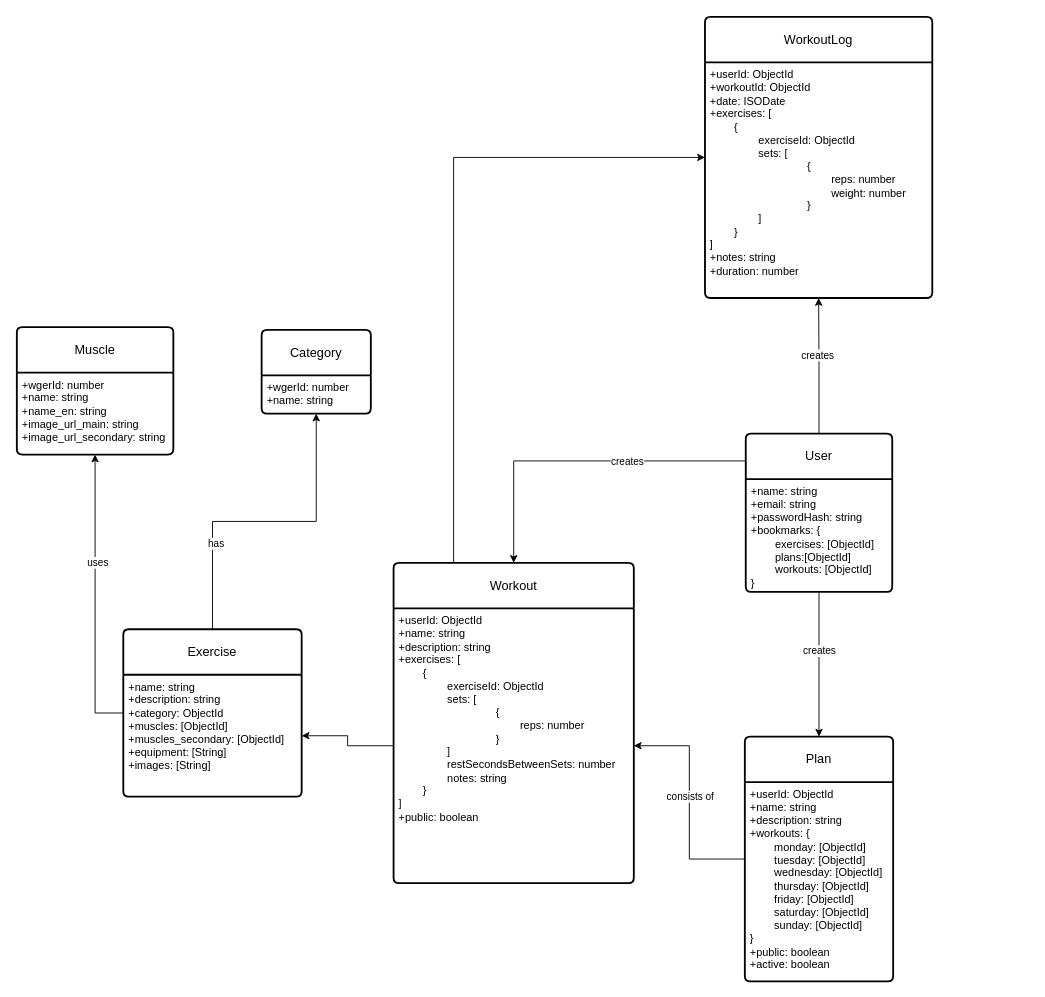
Above: WorkoutTracker.drawio in GitteV-2159432/BackendProjectAssignment (draw.io), before the change. Source tidied: cells renumbered, new cells numbered last; positions are measured from the earlier drawing's top-left corner, leaving out a move shared by most shapes. Both pictures are drawn from the tidied source at 91%, with x=0, y=0 at pixel (16, 16).
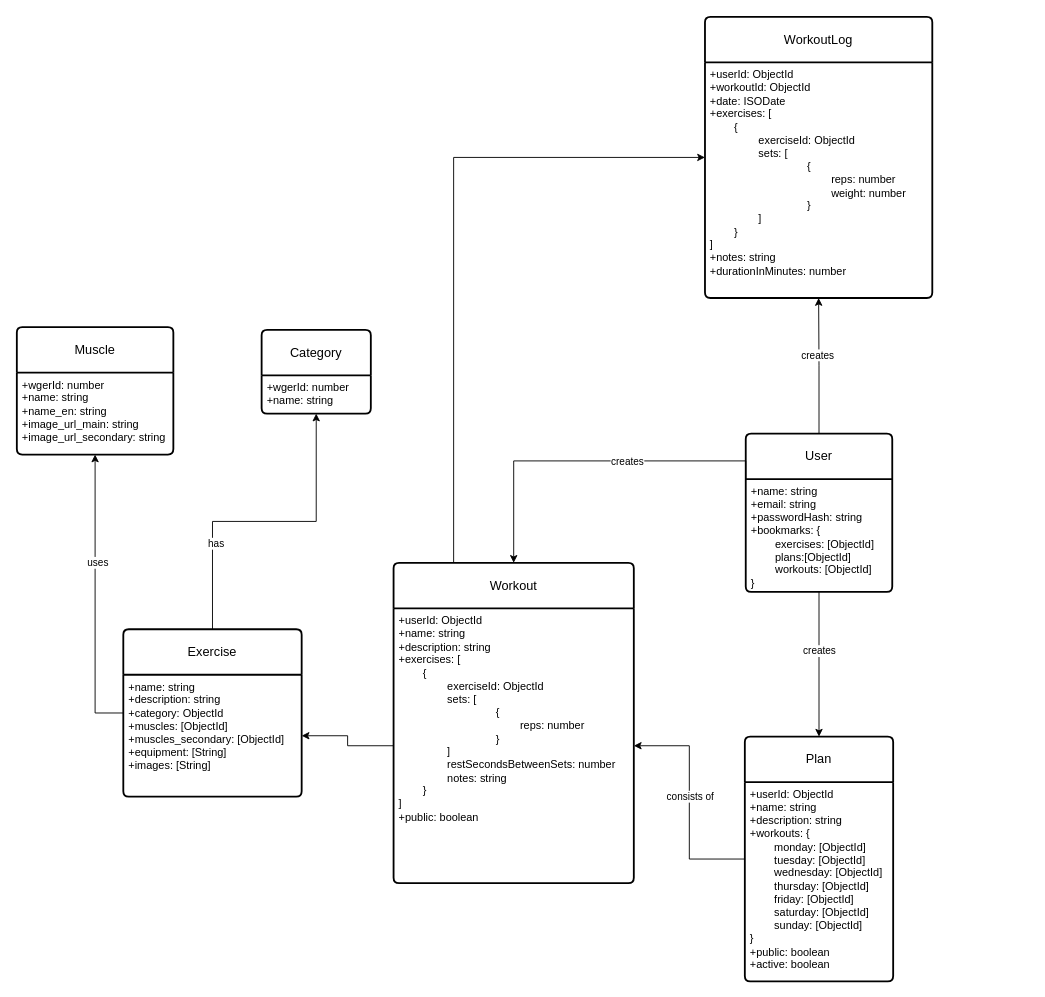
The same diagram, later.

Commit message (it also covers changes not shown here):
feat(update) - changes exercise route - changes diagram - changes seed and WorkoutLogSChema

The change refers to these unchanged cells:
```xml
<mxCell id="13" value="WorkoutLog" style="swimlane;horizontal=1;startSize=50;rounded=1;fontSize=14;fontStyle=0;strokeWidth=2;shadow=0;dashed=0;align=center;arcSize=4;whiteSpace=wrap;html=1;" parent="1" vertex="1">
  <mxGeometry x="756.2" width="249.8" height="309" as="geometry" />
</mxCell>
```

Diff of the diagram source:
```diff
@@
-    <mxCell id="14" value="+userId: ObjectId&lt;div&gt;+workoutId: ObjectId&lt;br&gt;+date: ISODate&lt;br&gt;+exercises: [&lt;div&gt;&lt;span style=&quot;white-space: pre;&quot;&gt;&#9;&lt;/span&gt;{&lt;/div&gt;&lt;div&gt;&lt;span style=&quot;white-space: pre;&quot;&gt;&#9;&lt;/span&gt;&lt;span style=&quot;white-space: pre;&quot;&gt;&#9;&lt;/span&gt;exerciseId: ObjectId&lt;br&gt;&lt;/div&gt;&lt;div&gt;&lt;span style=&quot;white-space: pre;&quot;&gt;&#9;&lt;/span&gt;&lt;span style=&quot;white-space: pre;&quot;&gt;&#9;&lt;/span&gt;sets: [&lt;br&gt;&lt;/div&gt;&lt;div&gt;&lt;span style=&quot;white-space: pre;&quot;&gt;&#9;&lt;/span&gt;&lt;span style=&quot;white-space: pre;&quot;&gt;&#9;&lt;span style=&quot;white-space: pre;&quot;&gt;&#9;&lt;span style=&quot;white-space: pre;&quot;&gt;&#9;&lt;/span&gt;&lt;/span&gt;{ &lt;/span&gt;&lt;/div&gt;&lt;div&gt;&lt;span style=&quot;white-space: pre;&quot;&gt;&#9;&lt;/span&gt;&lt;span style=&quot;white-space: pre;&quot;&gt;&#9;&lt;/span&gt;&lt;span style=&quot;white-space: pre;&quot;&gt;&#9;&lt;/span&gt;&lt;span style=&quot;white-space: pre;&quot;&gt;&#9;&lt;/span&gt;&lt;span style=&quot;white-space: pre;&quot;&gt;&#9;&lt;/span&gt;&lt;span style=&quot;white-space-collapse: preserve; background-color: transparent; color: light-dark(rgb(0, 0, 0), rgb(255, 255, 255));&quot;&gt;reps: number&lt;/span&gt;&lt;br&gt;&lt;/div&gt;&lt;div&gt;&lt;span style=&quot;white-space: pre;&quot;&gt;&lt;span style=&quot;white-space: pre;&quot;&gt;&#9;&lt;/span&gt;&lt;span style=&quot;white-space: pre;&quot;&gt;&#9;&lt;/span&gt;&lt;span style=&quot;white-space: pre;&quot;&gt;&#9;&lt;/span&gt;&lt;span style=&quot;white-space: pre;&quot;&gt;&#9;&lt;span style=&quot;white-space: pre;&quot;&gt;&#9;&lt;/span&gt;&lt;/span&gt;weight: number&lt;/span&gt;&lt;span style=&quot;white-space-collapse: preserve; background-color: transparent; color: light-dark(rgb(0, 0, 0), rgb(255, 255, 255));&quot;&gt;&#9;&lt;/span&gt;&lt;span style=&quot;white-space-collapse: preserve; background-color: transparent; color: light-dark(rgb(0, 0, 0), rgb(255, 255, 255));&quot;&gt;&#9;&lt;/span&gt;&lt;span style=&quot;white-space-collapse: preserve; background-color: transparent; color: light-dark(rgb(0, 0, 0), rgb(255, 255, 255));&quot;&gt;&#9;&lt;/span&gt;&lt;span style=&quot;white-space-collapse: preserve; background-color: transparent; color: light-dark(rgb(0, 0, 0), rgb(255, 255, 255));&quot;&gt;&#9;&lt;/span&gt;&lt;span style=&quot;white-space-collapse: preserve; background-color: transparent; color: light-dark(rgb(0, 0, 0), rgb(255, 255, 255));&quot;&gt;&#9;&lt;/span&gt;&lt;span style=&quot;white-space-collapse: preserve; background-color: transparent; color: light-dark(rgb(0, 0, 0), rgb(255, 255, 255));&quot;&gt; &lt;/span&gt;&lt;/div&gt;&lt;div&gt;&lt;/div&gt;&lt;div&gt;&lt;span style=&quot;background-color: transparent; color: light-dark(rgb(0, 0, 0), rgb(255, 255, 255)); white-space-collapse: preserve;&quot;&gt;&#9;&lt;/span&gt;&lt;span style=&quot;background-color: transparent; color: light-dark(rgb(0, 0, 0), rgb(255, 255, 255)); white-space-collapse: preserve;&quot;&gt;&#9;&lt;/span&gt;&lt;span style=&quot;background-color: transparent; color: light-dark(rgb(0, 0, 0), rgb(255, 255, 255)); white-space-collapse: preserve;&quot;&gt;&#9;&lt;/span&gt;&lt;span style=&quot;background-color: transparent; color: light-dark(rgb(0, 0, 0), rgb(255, 255, 255)); white-space-collapse: preserve;&quot;&gt;&#9;&lt;/span&gt;&lt;span style=&quot;background-color: transparent; color: light-dark(rgb(0, 0, 0), rgb(255, 255, 255)); white-space-collapse: preserve;&quot;&gt;}&lt;/span&gt;&lt;/div&gt;&lt;div&gt;&lt;/div&gt;&lt;div&gt;&lt;/div&gt;&lt;div&gt;&lt;span style=&quot;background-color: transparent; color: light-dark(rgb(0, 0, 0), rgb(255, 255, 255)); white-space-collapse: preserve;&quot;&gt;&#9;&lt;/span&gt;&lt;span style=&quot;background-color: transparent; color: light-dark(rgb(0, 0, 0), rgb(255, 255, 255)); white-space-collapse: preserve;&quot;&gt;&#9;&lt;/span&gt;&lt;span style=&quot;background-color: transparent; color: light-dark(rgb(0, 0, 0), rgb(255, 255, 255));&quot;&gt;]&lt;/span&gt;&lt;/div&gt;&lt;div&gt;&lt;span style=&quot;white-space: pre;&quot;&gt;&#9;&lt;/span&gt;}&lt;br&gt;&lt;/div&gt;&lt;div&gt;]&lt;/div&gt;&lt;div&gt;+notes: string&lt;/div&gt;&lt;/div&gt;&lt;div&gt;+duration: number&lt;/div&gt;" style="align=left;strokeColor=none;fillColor=none;spacingLeft=4;fontSize=12;verticalAlign=top;html=1;" parent="13" vertex="1">
+    <mxCell id="14" value="+userId: ObjectId&lt;div&gt;+workoutId: ObjectId&lt;br&gt;+date: ISODate&lt;br&gt;+exercises: [&lt;div&gt;&lt;span style=&quot;white-space: pre;&quot;&gt;&#9;&lt;/span&gt;{&lt;/div&gt;&lt;div&gt;&lt;span style=&quot;white-space: pre;&quot;&gt;&#9;&lt;/span&gt;&lt;span style=&quot;white-space: pre;&quot;&gt;&#9;&lt;/span&gt;exerciseId: ObjectId&lt;br&gt;&lt;/div&gt;&lt;div&gt;&lt;span style=&quot;white-space: pre;&quot;&gt;&#9;&lt;/span&gt;&lt;span style=&quot;white-space: pre;&quot;&gt;&#9;&lt;/span&gt;sets: [&lt;br&gt;&lt;/div&gt;&lt;div&gt;&lt;span style=&quot;white-space: pre;&quot;&gt;&#9;&lt;/span&gt;&lt;span style=&quot;white-space: pre;&quot;&gt;&#9;&lt;span style=&quot;white-space: pre;&quot;&gt;&#9;&lt;span style=&quot;white-space: pre;&quot;&gt;&#9;&lt;/span&gt;&lt;/span&gt;{ &lt;/span&gt;&lt;/div&gt;&lt;div&gt;&lt;span style=&quot;white-space: pre;&quot;&gt;&#9;&lt;/span&gt;&lt;span style=&quot;white-space: pre;&quot;&gt;&#9;&lt;/span&gt;&lt;span style=&quot;white-space: pre;&quot;&gt;&#9;&lt;/span&gt;&lt;span style=&quot;white-space: pre;&quot;&gt;&#9;&lt;/span&gt;&lt;span style=&quot;white-space: pre;&quot;&gt;&#9;&lt;/span&gt;&lt;span style=&quot;white-space-collapse: preserve; background-color: transparent; color: light-dark(rgb(0, 0, 0), rgb(255, 255, 255));&quot;&gt;reps: number&lt;/span&gt;&lt;br&gt;&lt;/div&gt;&lt;div&gt;&lt;span style=&quot;white-space: pre;&quot;&gt;&lt;span style=&quot;white-space: pre;&quot;&gt;&#9;&lt;/span&gt;&lt;span style=&quot;white-space: pre;&quot;&gt;&#9;&lt;/span&gt;&lt;span style=&quot;white-space: pre;&quot;&gt;&#9;&lt;/span&gt;&lt;span style=&quot;white-space: pre;&quot;&gt;&#9;&lt;span style=&quot;white-space: pre;&quot;&gt;&#9;&lt;/span&gt;&lt;/span&gt;weight: number&lt;/span&gt;&lt;span style=&quot;white-space-collapse: preserve; background-color: transparent; color: light-dark(rgb(0, 0, 0), rgb(255, 255, 255));&quot;&gt;&#9;&lt;/span&gt;&lt;span style=&quot;white-space-collapse: preserve; background-color: transparent; color: light-dark(rgb(0, 0, 0), rgb(255, 255, 255));&quot;&gt;&#9;&lt;/span&gt;&lt;span style=&quot;white-space-collapse: preserve; background-color: transparent; color: light-dark(rgb(0, 0, 0), rgb(255, 255, 255));&quot;&gt;&#9;&lt;/span&gt;&lt;span style=&quot;white-space-collapse: preserve; background-color: transparent; color: light-dark(rgb(0, 0, 0), rgb(255, 255, 255));&quot;&gt;&#9;&lt;/span&gt;&lt;span style=&quot;white-space-collapse: preserve; background-color: transparent; color: light-dark(rgb(0, 0, 0), rgb(255, 255, 255));&quot;&gt;&#9;&lt;/span&gt;&lt;span style=&quot;white-space-collapse: preserve; background-color: transparent; color: light-dark(rgb(0, 0, 0), rgb(255, 255, 255));&quot;&gt; &lt;/span&gt;&lt;/div&gt;&lt;div&gt;&lt;/div&gt;&lt;div&gt;&lt;span style=&quot;background-color: transparent; color: light-dark(rgb(0, 0, 0), rgb(255, 255, 255)); white-space-collapse: preserve;&quot;&gt;&#9;&lt;/span&gt;&lt;span style=&quot;background-color: transparent; color: light-dark(rgb(0, 0, 0), rgb(255, 255, 255)); white-space-collapse: preserve;&quot;&gt;&#9;&lt;/span&gt;&lt;span style=&quot;background-color: transparent; color: light-dark(rgb(0, 0, 0), rgb(255, 255, 255)); white-space-collapse: preserve;&quot;&gt;&#9;&lt;/span&gt;&lt;span style=&quot;background-color: transparent; color: light-dark(rgb(0, 0, 0), rgb(255, 255, 255)); white-space-collapse: preserve;&quot;&gt;&#9;&lt;/span&gt;&lt;span style=&quot;background-color: transparent; color: light-dark(rgb(0, 0, 0), rgb(255, 255, 255)); white-space-collapse: preserve;&quot;&gt;}&lt;/span&gt;&lt;/div&gt;&lt;div&gt;&lt;/div&gt;&lt;div&gt;&lt;/div&gt;&lt;div&gt;&lt;span style=&quot;background-color: transparent; color: light-dark(rgb(0, 0, 0), rgb(255, 255, 255)); white-space-collapse: preserve;&quot;&gt;&#9;&lt;/span&gt;&lt;span style=&quot;background-color: transparent; color: light-dark(rgb(0, 0, 0), rgb(255, 255, 255)); white-space-collapse: preserve;&quot;&gt;&#9;&lt;/span&gt;&lt;span style=&quot;background-color: transparent; color: light-dark(rgb(0, 0, 0), rgb(255, 255, 255));&quot;&gt;]&lt;/span&gt;&lt;/div&gt;&lt;div&gt;&lt;span style=&quot;white-space: pre;&quot;&gt;&#9;&lt;/span&gt;}&lt;br&gt;&lt;/div&gt;&lt;div&gt;]&lt;/div&gt;&lt;div&gt;+notes: string&lt;/div&gt;&lt;/div&gt;&lt;div&gt;+durationInMinutes: number&lt;/div&gt;" style="align=left;strokeColor=none;fillColor=none;spacingLeft=4;fontSize=12;verticalAlign=top;html=1;" parent="13" vertex="1">
       <mxGeometry y="50" width="249.8" height="259" as="geometry" />
     </mxCell>
```
